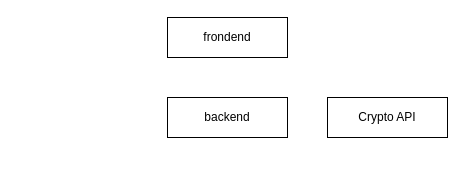
This is architecture/architecture.drawio from costigator/cryptostats, a draw.io file, before an edit. Source tidied: cells renumbered, new cells numbered last; positions are measured from the earlier drawing's top-left corner, leaving out a move shared by most shapes. Both pictures are drawn from the tidied source at 100%, with x=0, y=0 at pixel (167, 17).
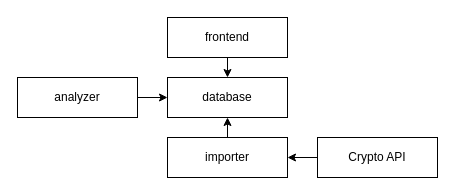
The same page after the edit.

The edit, as a diff of the source:
```diff
@@
 <mxGraphModel>
   <root>
     <mxCell id="0" />
     <mxCell id="1" parent="0" />
+    <mxCell id="6" style="edgeStyle=orthogonalEdgeStyle;rounded=0;jettySize=auto;html=1;exitX=0.5;exitY=1;exitDx=0;exitDy=0;entryX=0.5;entryY=0;entryDx=0;entryDy=0;" parent="1" edge="1" source="2" target="9">
+      <mxGeometry relative="1" as="geometry" />
+    </mxCell>
-    <mxCell id="2" value="frondend" style="rounded=0;whiteSpace=wrap;html=1;" parent="1" vertex="1">
+    <mxCell id="2" value="frontend" style="rounded=0;whiteSpace=wrap;html=1;" parent="1" vertex="1">
       <mxGeometry width="120" height="40" as="geometry" />
     </mxCell>
     <mxCell id="3" style="edgeStyle=orthogonalEdgeStyle;rounded=0;orthogonalLoop=1;jettySize=auto;html=1;exitX=0.5;exitY=1;exitDx=0;exitDy=0;" parent="1" edge="1" source="2" target="2">
       <mxGeometry relative="1" as="geometry" />
     </mxCell>
+    <mxCell id="7" style="edgeStyle=orthogonalEdgeStyle;rounded=0;jettySize=auto;html=1;exitX=0.5;exitY=0;exitDx=0;exitDy=0;entryX=0.5;entryY=1;entryDx=0;entryDy=0;" parent="1" edge="1" source="4" target="9">
+      <mxGeometry relative="1" as="geometry" />
+    </mxCell>
-    <mxCell id="4" value="backend" style="rounded=0;whiteSpace=wrap;html=1;" parent="1" vertex="1">
-      <mxGeometry y="80" width="120" height="40" as="geometry" />
+    <mxCell id="4" value="importer" style="rounded=0;whiteSpace=wrap;html=1;" parent="1" vertex="1">
+      <mxGeometry y="120" width="120" height="40" as="geometry" />
     </mxCell>
+    <mxCell id="8" style="edgeStyle=orthogonalEdgeStyle;rounded=0;jettySize=auto;html=1;entryX=1;entryY=0.5;entryDx=0;entryDy=0;" parent="1" edge="1" source="5" target="4">
+      <mxGeometry relative="1" as="geometry" />
+    </mxCell>
     <mxCell id="5" value="Crypto API" style="rounded=0;whiteSpace=wrap;html=1;" parent="1" vertex="1">
-      <mxGeometry x="160" y="80" width="120" height="40" as="geometry" />
+      <mxGeometry x="150" y="120" width="120" height="40" as="geometry" />
     </mxCell>
+    <mxCell id="9" value="database" style="rounded=0;whiteSpace=wrap;html=1;" parent="1" vertex="1">
+      <mxGeometry y="60" width="120" height="40" as="geometry" />
+    </mxCell>
+    <mxCell id="10" style="edgeStyle=orthogonalEdgeStyle;rounded=0;jettySize=auto;html=1;" parent="1" edge="1" source="11" target="9">
+      <mxGeometry relative="1" as="geometry" />
+    </mxCell>
+    <mxCell id="11" value="analyzer" style="rounded=0;whiteSpace=wrap;html=1;" parent="1" vertex="1">
+      <mxGeometry x="-150" y="60" width="120" height="40" as="geometry" />
+    </mxCell>
   </root>
 </mxGraphModel>
```
